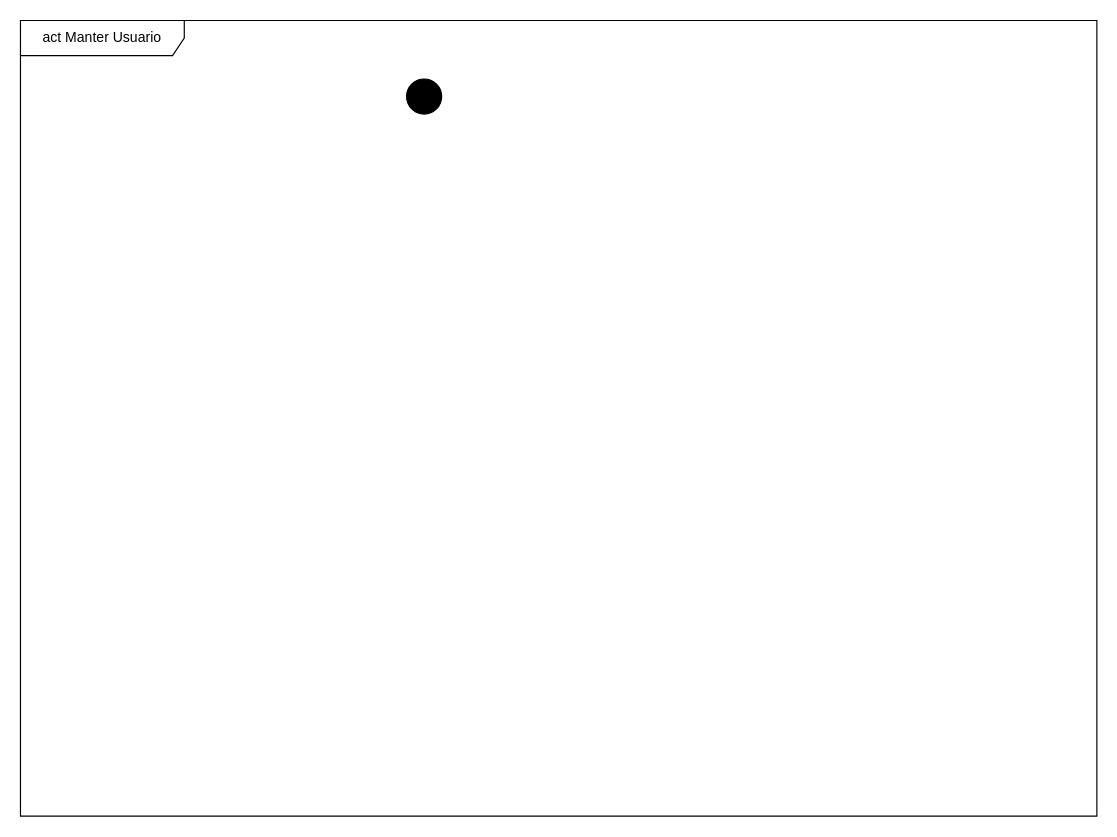
The draw.io diagram Draw.io/Diagrama_Atividade_Manter_Usuario.drawio in Organization-Meets/Meets_Docs, before the edit. Source tidied: cells renumbered, new cells numbered last; positions are measured from the earlier drawing's top-left corner, leaving out a move shared by most shapes. Both pictures are drawn from the tidied source at 117%, with x=0, y=0 at pixel (20, 20).
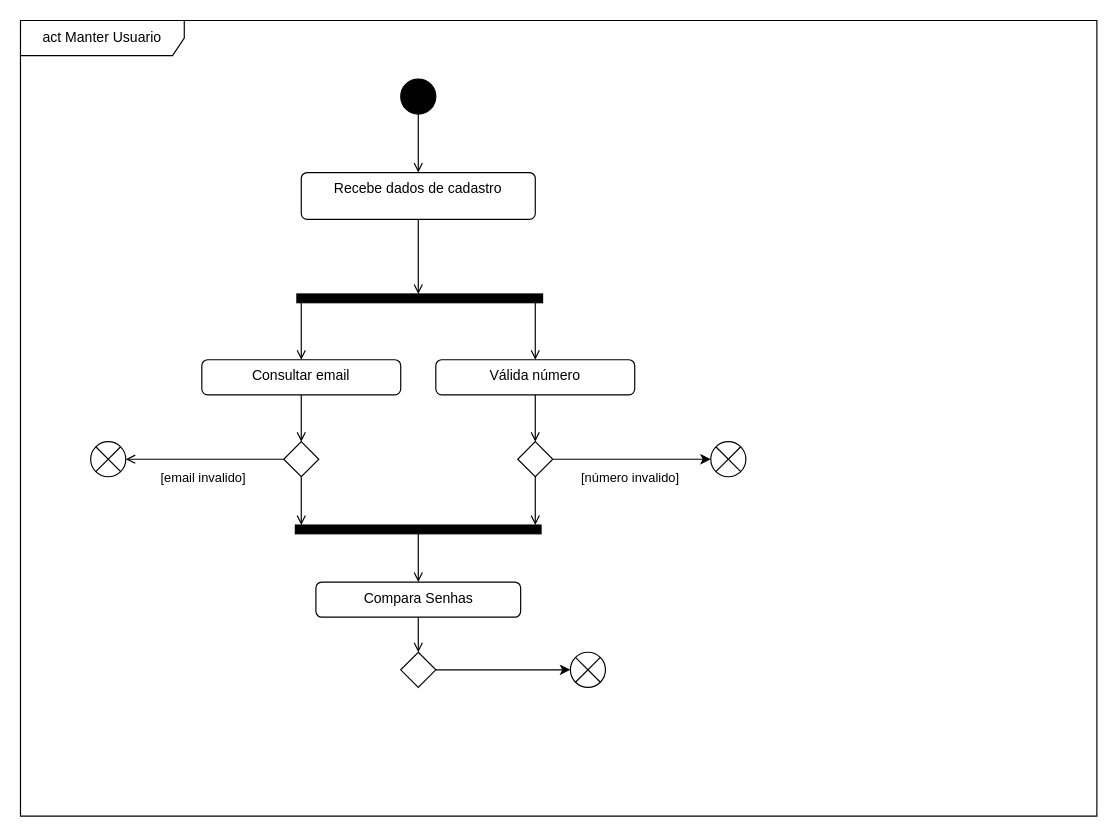
Above is the later version.

What changed in the source:
```diff
@@
+    <mxCell id="4" style="rounded=0;jettySize=auto;html=1;endArrow=open;endFill=0;" parent="1" edge="1" source="3" target="5">
+      <mxGeometry relative="1" as="geometry" />
+    </mxCell>
     <mxCell id="3" style="ellipse;fillColor=strokeColor;html=1;" parent="1" vertex="1">
-      <mxGeometry x="330" y="50" width="30" height="30" as="geometry" />
+      <mxGeometry x="325" y="50" width="30" height="30" as="geometry" />
     </mxCell>
+    <mxCell id="5" value="Recebe dados de cadastro" style="html=1;align=center;verticalAlign=top;rounded=1;absoluteArcSize=1;arcSize=10;dashed=0;whiteSpace=wrap;" parent="1" vertex="1">
+      <mxGeometry x="240" y="130" width="200" height="40" as="geometry" />
+    </mxCell>
+    <mxCell id="6" style="html=1;points=[];perimeter=orthogonalPerimeter;fillColor=strokeColor;rotation=-90;" parent="1" vertex="1">
+      <mxGeometry x="337.5" y="132.5" width="7.5" height="210" as="geometry" />
+    </mxCell>
+    <mxCell id="7" style="rounded=0;jettySize=auto;html=1;endArrow=open;endFill=0;" parent="1" edge="1" source="5" target="6">
+      <mxGeometry relative="1" as="geometry" />
+    </mxCell>
+    <mxCell id="8" style="rounded=0;jettySize=auto;html=1;endArrow=open;endFill=0;" parent="1" edge="1" source="9" target="17">
+      <mxGeometry relative="1" as="geometry" />
+    </mxCell>
+    <mxCell id="9" value="Consultar email" style="html=1;align=center;verticalAlign=top;rounded=1;absoluteArcSize=1;arcSize=10;dashed=0;whiteSpace=wrap;" parent="1" vertex="1">
+      <mxGeometry x="155" y="290" width="170" height="30" as="geometry" />
+    </mxCell>
+    <mxCell id="10" style="rounded=0;jettySize=auto;html=1;exitX=0.5;exitY=0;exitDx=0;exitDy=0;endArrow=none;endFill=0;startArrow=open;startFill=0;" parent="1" edge="1" source="12" target="6">
+      <mxGeometry relative="1" as="geometry" />
+    </mxCell>
+    <mxCell id="11" style="rounded=0;jettySize=auto;html=1;endArrow=open;endFill=0;" parent="1" edge="1" source="12" target="20">
+      <mxGeometry relative="1" as="geometry" />
+    </mxCell>
+    <mxCell id="12" value="Válida número" style="html=1;align=center;verticalAlign=top;rounded=1;absoluteArcSize=1;arcSize=10;dashed=0;whiteSpace=wrap;" parent="1" vertex="1">
+      <mxGeometry x="355" y="290" width="170" height="30" as="geometry" />
+    </mxCell>
+    <mxCell id="13" style="rounded=0;jettySize=auto;html=1;startArrow=open;startFill=0;endArrow=none;endFill=0;" parent="1" edge="1" source="9" target="6">
+      <mxGeometry relative="1" as="geometry" />
+    </mxCell>
+    <mxCell id="14" style="rounded=0;jettySize=auto;html=1;endArrow=open;endFill=0;" parent="1" edge="1" source="17" target="21">
+      <mxGeometry relative="1" as="geometry" />
+    </mxCell>
+    <mxCell id="15" value="[email invalido]" style="edgeLabel;html=1;align=center;verticalAlign=middle;" parent="14" vertex="1">
+      <mxGeometry x="0.07" relative="1" as="geometry">
+        <mxPoint x="2" y="15" as="offset" />
+      </mxGeometry>
+    </mxCell>
+    <mxCell id="16" style="rounded=0;jettySize=auto;html=1;exitX=0.5;exitY=1;exitDx=0;exitDy=0;endArrow=open;endFill=0;" parent="1" edge="1" source="17" target="23">
+      <mxGeometry relative="1" as="geometry" />
+    </mxCell>
+    <mxCell id="17" style="rhombus;" parent="1" vertex="1">
+      <mxGeometry x="225" y="360" width="30" height="30" as="geometry" />
+    </mxCell>
+    <mxCell id="18" style="edgeStyle=orthogonalEdgeStyle;rounded=0;jettySize=auto;html=1;" parent="1" edge="1" source="20" target="22">
+      <mxGeometry relative="1" as="geometry" />
+    </mxCell>
+    <mxCell id="19" value="[número invalido]" style="edgeLabel;html=1;align=center;verticalAlign=middle;" parent="18" vertex="1">
+      <mxGeometry x="-0.08" y="-2" relative="1" as="geometry">
+        <mxPoint x="3" y="13" as="offset" />
+      </mxGeometry>
+    </mxCell>
+    <mxCell id="20" style="rhombus;" parent="1" vertex="1">
+      <mxGeometry x="425" y="360" width="30" height="30" as="geometry" />
+    </mxCell>
+    <mxCell id="21" style="shape=sumEllipse;perimeter=ellipsePerimeter;html=1;backgroundOutline=1;" parent="1" vertex="1">
+      <mxGeometry x="60" y="360" width="30" height="30" as="geometry" />
+    </mxCell>
+    <mxCell id="22" style="shape=sumEllipse;perimeter=ellipsePerimeter;html=1;backgroundOutline=1;" parent="1" vertex="1">
+      <mxGeometry x="590" y="360" width="30" height="30" as="geometry" />
+    </mxCell>
+    <mxCell id="23" style="html=1;points=[];perimeter=orthogonalPerimeter;fillColor=strokeColor;rotation=-90;" parent="1" vertex="1">
+      <mxGeometry x="336.2" y="330" width="7.5" height="210" as="geometry" />
+    </mxCell>
+    <mxCell id="24" style="rounded=0;jettySize=auto;html=1;endArrow=open;endFill=0;" parent="1" edge="1" source="20" target="23">
+      <mxGeometry relative="1" as="geometry" />
+    </mxCell>
+    <mxCell id="25" style="rounded=0;jettySize=auto;html=1;endArrow=none;endFill=0;startArrow=open;startFill=0;" parent="1" edge="1" source="27" target="23">
+      <mxGeometry relative="1" as="geometry" />
+    </mxCell>
+    <mxCell id="26" style="rounded=0;jettySize=auto;html=1;endArrow=open;endFill=0;" parent="1" edge="1" source="27" target="29">
+      <mxGeometry relative="1" as="geometry" />
+    </mxCell>
+    <mxCell id="27" value="Compara Senhas" style="html=1;align=center;verticalAlign=top;rounded=1;absoluteArcSize=1;arcSize=10;dashed=0;whiteSpace=wrap;" parent="1" vertex="1">
+      <mxGeometry x="252.5" y="480" width="175" height="30" as="geometry" />
+    </mxCell>
+    <mxCell id="28" style="edgeStyle=orthogonalEdgeStyle;rounded=0;jettySize=auto;html=1;" parent="1" edge="1" source="29" target="30">
+      <mxGeometry relative="1" as="geometry" />
+    </mxCell>
+    <mxCell id="29" style="rhombus;" parent="1" vertex="1">
+      <mxGeometry x="325" y="540" width="30" height="30" as="geometry" />
+    </mxCell>
+    <mxCell id="30" style="shape=sumEllipse;perimeter=ellipsePerimeter;html=1;backgroundOutline=1;" parent="1" vertex="1">
+      <mxGeometry x="470" y="540" width="30" height="30" as="geometry" />
+    </mxCell>
```
